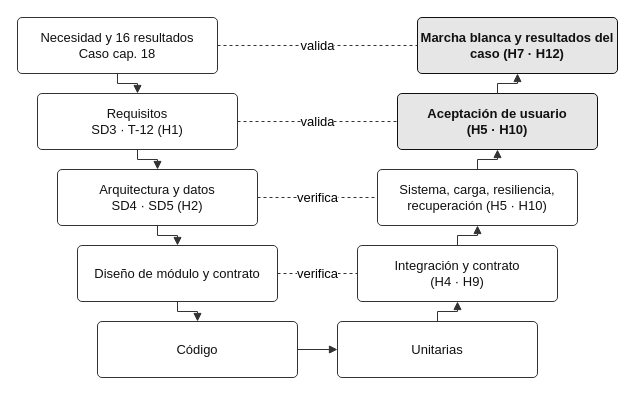
Earlier version of the draw.io diagram SD9_v_nueva/09_plan_calidad/diagramas/Fig_9-6_Modelo_V.drawio (PatricioH315/LafroX). Source tidied: cells renumbered, new cells numbered last; positions are measured from the earlier drawing's top-left corner, leaving out a move shared by most shapes. Both pictures are drawn from the tidied source at 100%, with x=0, y=0 at pixel (17, 17).
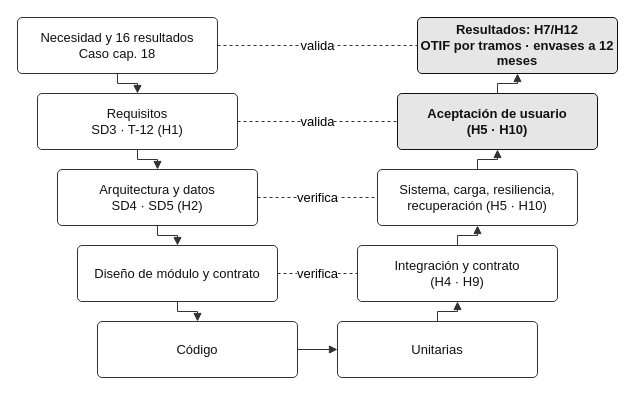
Above is the later version.

The edit, as a diff of the source:
```diff
@@
-    <mxCell id="7" value="Marcha blanca y resultados del caso (H7 · H12)" style="rounded=1;whiteSpace=wrap;html=1;fontSize=13;fontFamily=Helvetica;fillColor=#E6E6E6;strokeColor=#111111;fontColor=#111111;arcSize=8;fontStyle=1;" parent="1" vertex="1">
+    <mxCell id="7" value="Resultados: H7/H12&lt;br&gt;OTIF por tramos · envases a 12 meses" style="rounded=1;whiteSpace=wrap;html=1;fontSize=13;fontFamily=Helvetica;fillColor=#E6E6E6;strokeColor=#111111;fontColor=#111111;arcSize=8;fontStyle=1;" parent="1" vertex="1">
       <mxGeometry x="400" width="200" height="56" as="geometry" />
     </mxCell>
```
